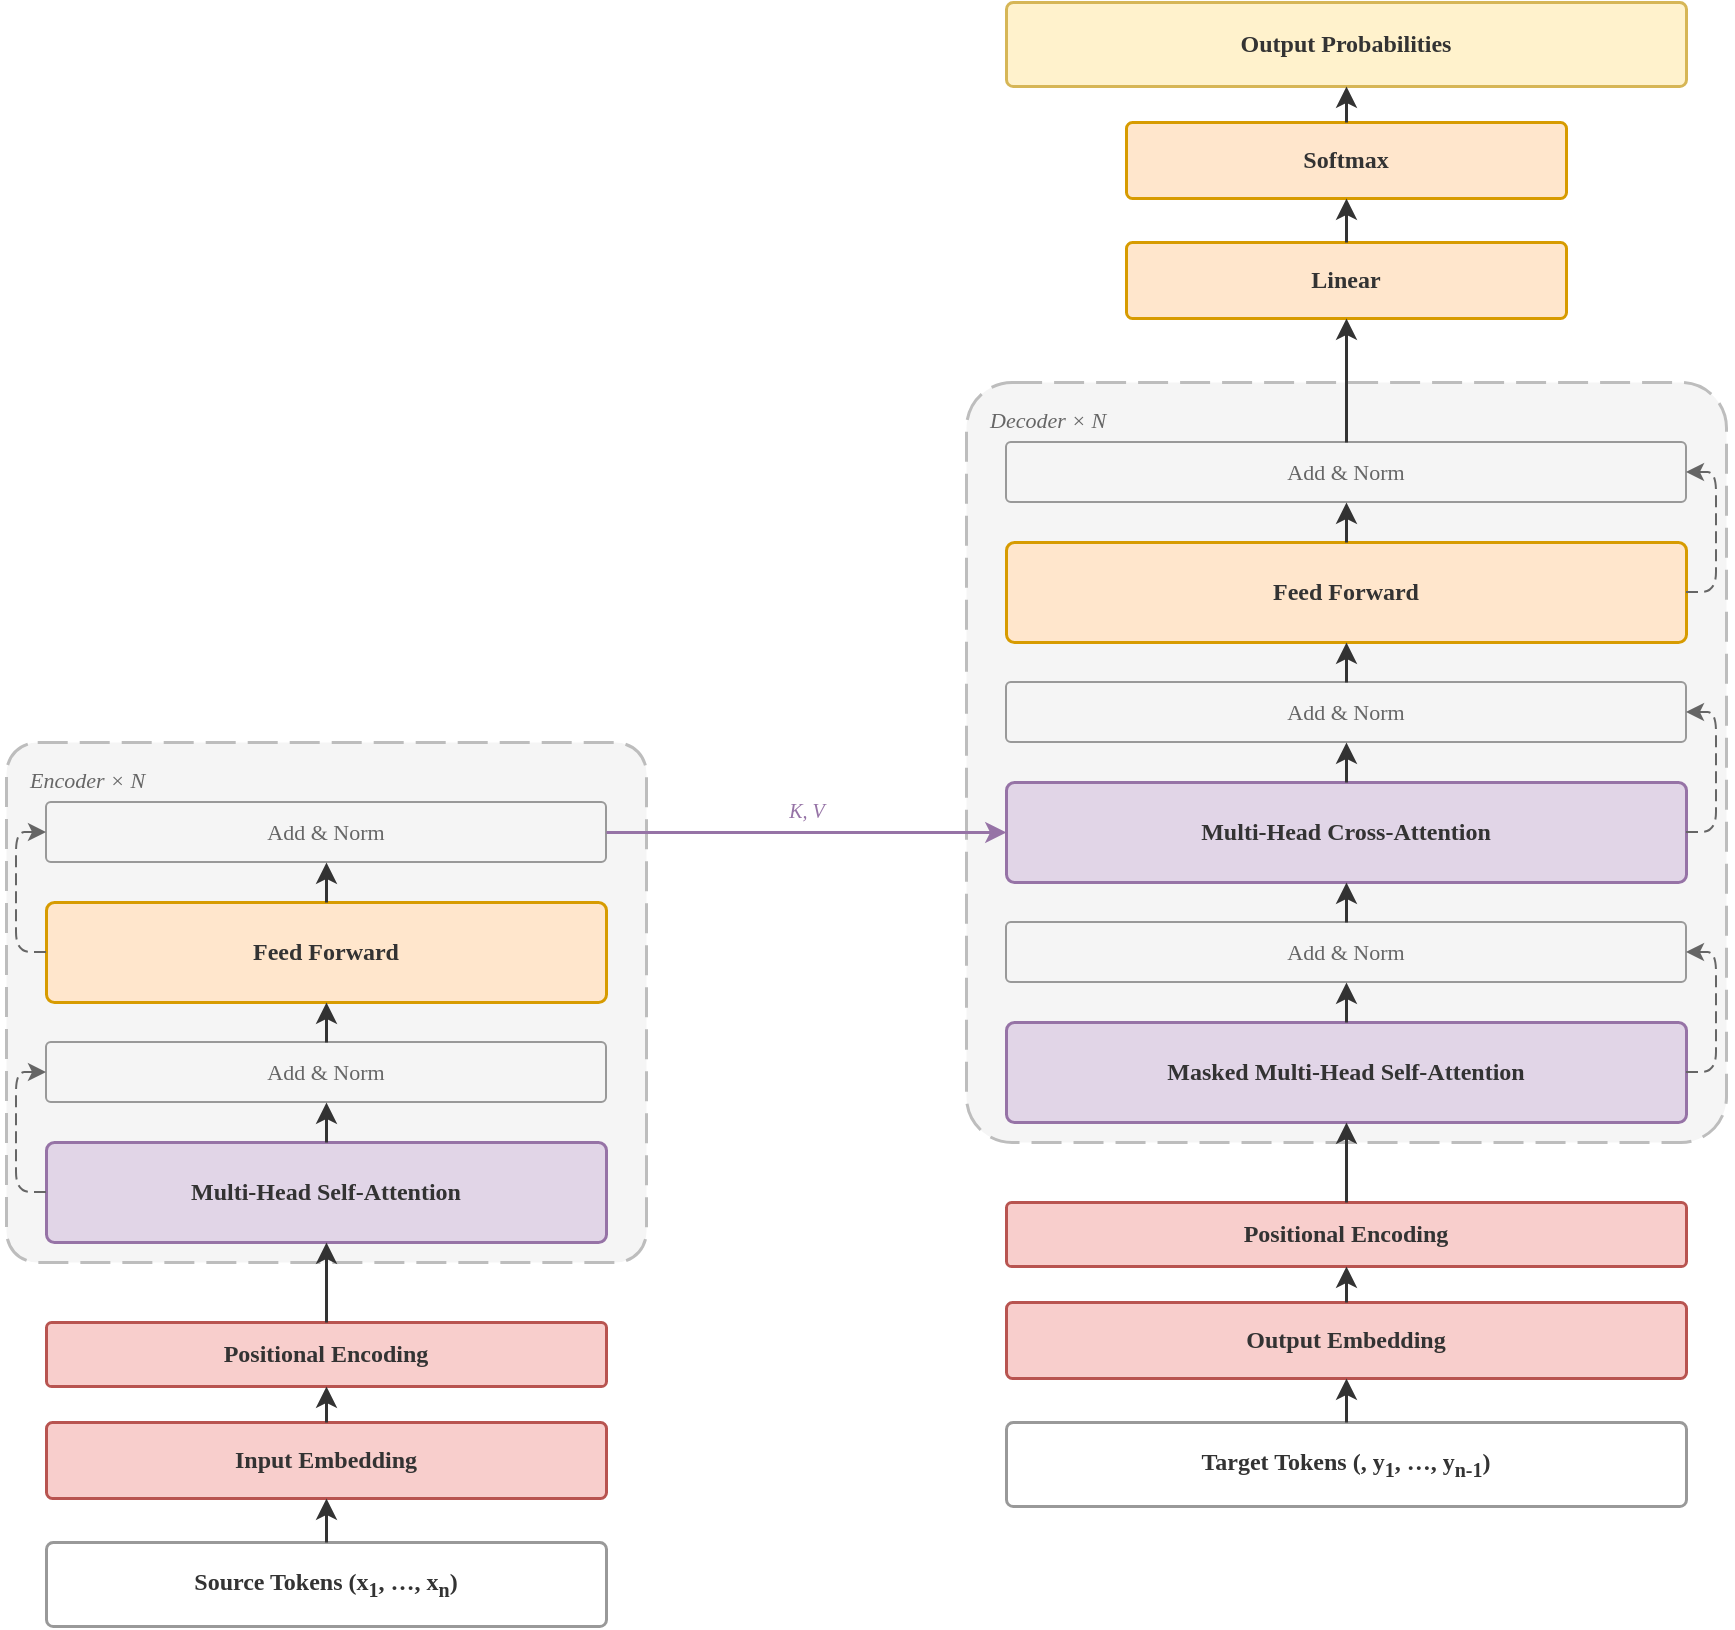
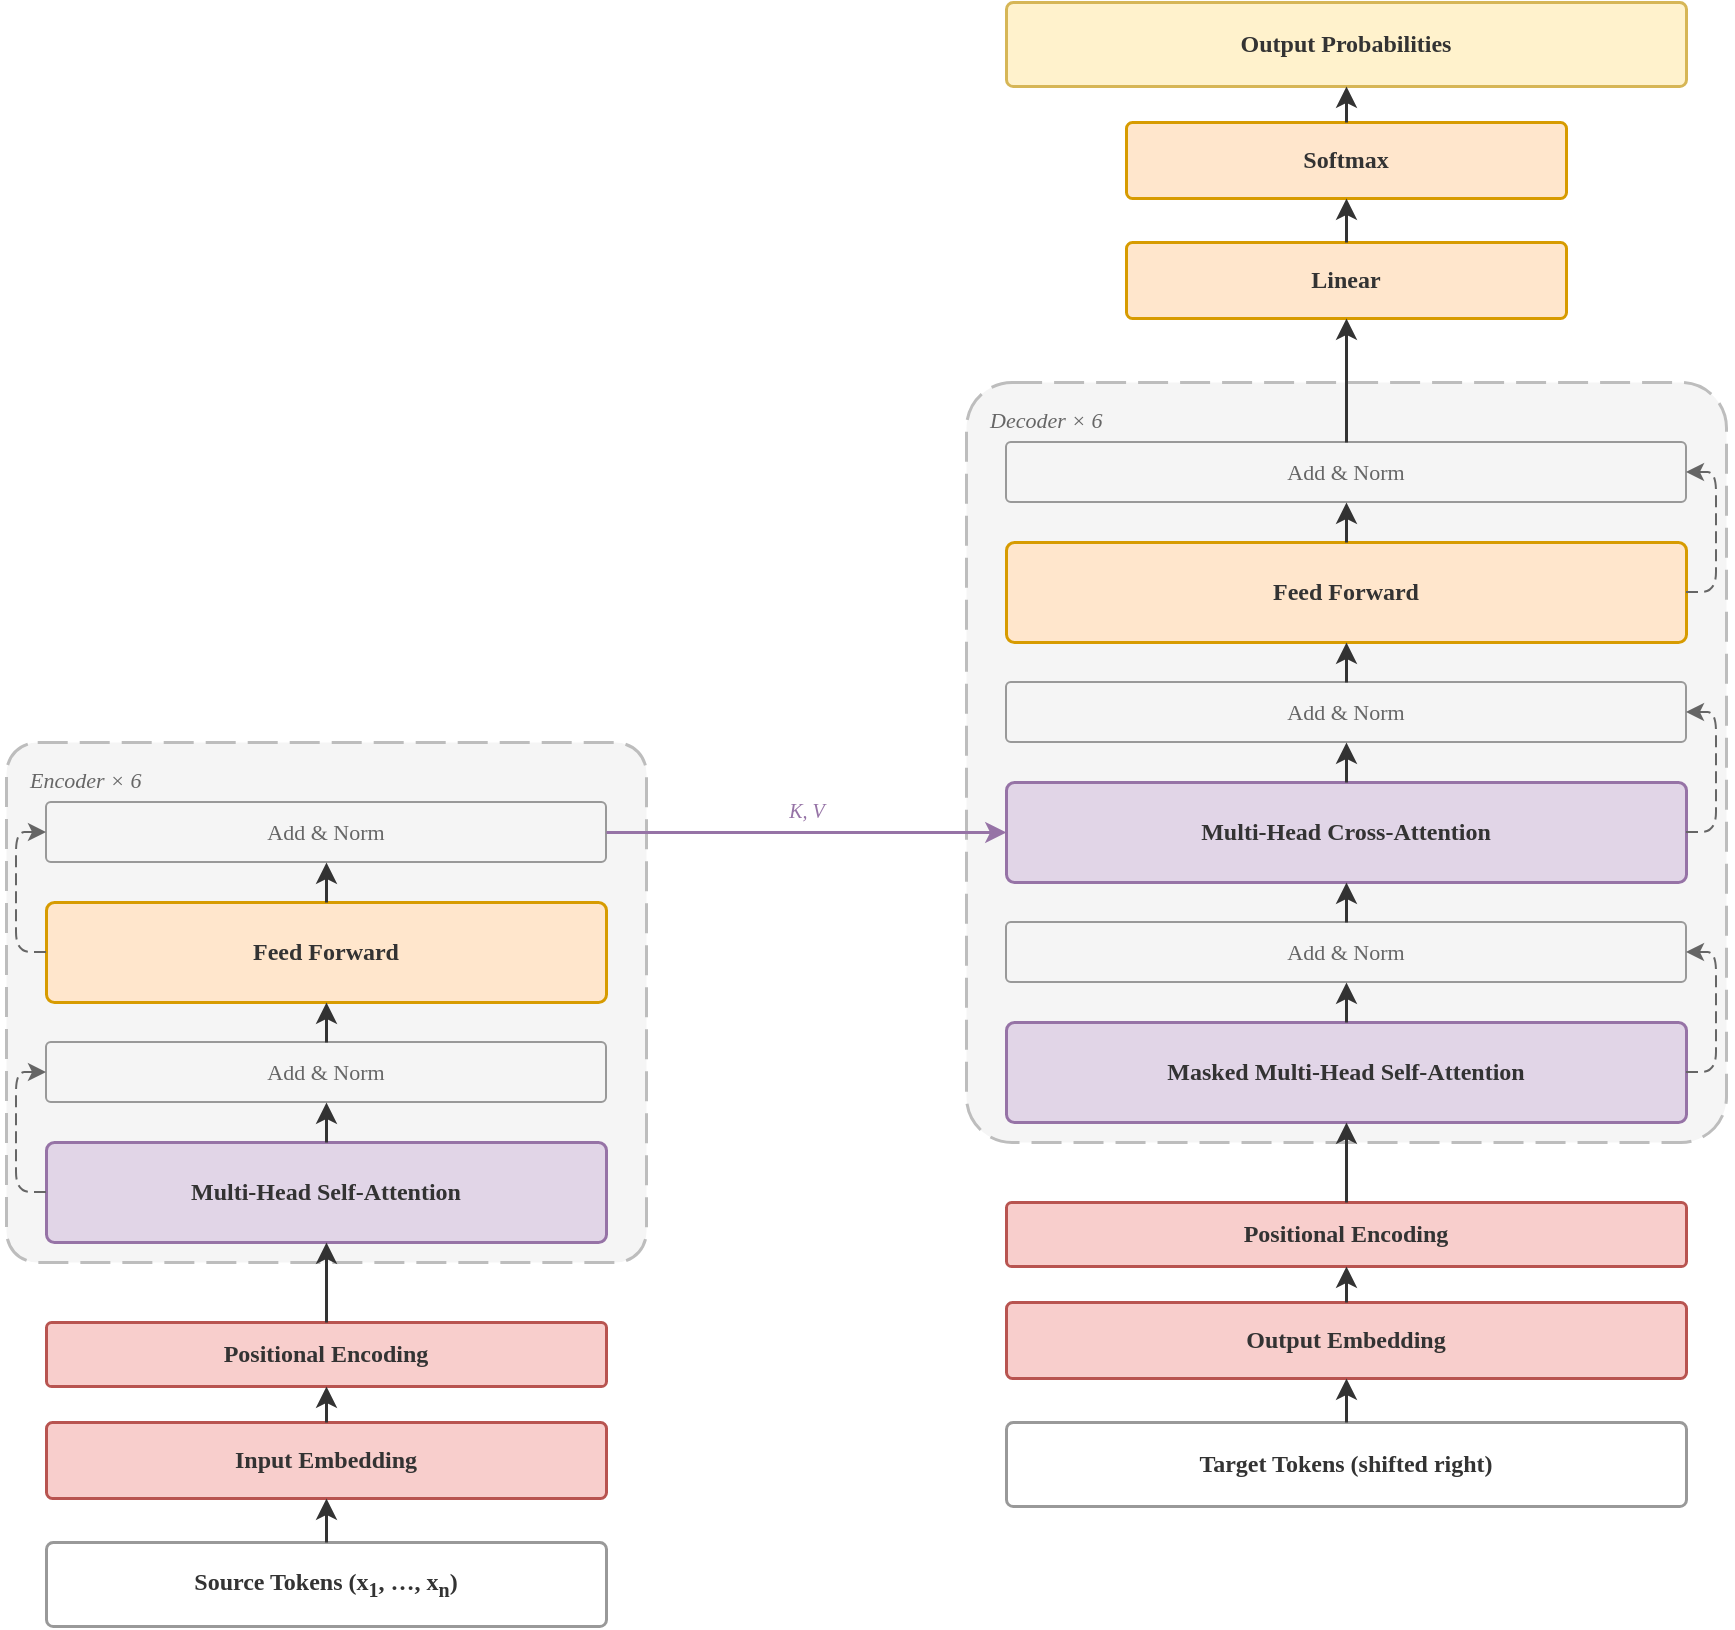
<mxfile host="app.diagrams.net">
  <diagram name="Transformer" id="transformer">
    <mxGraphModel dx="1200" dy="900" grid="1" gridSize="10" guides="1" tooltips="1" connect="1" arrows="1" fold="1" page="1" pageScale="1" pageWidth="920" pageHeight="870" math="0" shadow="0">
      <root>
        <mxCell id="0"/>
        <mxCell id="1" parent="0"/>

        <!-- ===== Output stack (top, no container) ===== -->
        <mxCell id="outp" value="Output Probabilities" style="rounded=1;arcSize=8;whiteSpace=wrap;html=1;fillColor=#FFF2CC;strokeColor=#D6B656;strokeWidth=1.5;fontSize=12;fontFamily=Times New Roman;fontStyle=1;fontColor=#333333;align=center;verticalAlign=middle" vertex="1" parent="1">
          <mxGeometry x="540" y="20" width="340" height="42" as="geometry"/>
        </mxCell>
        <mxCell id="softmax" value="Softmax" style="rounded=1;arcSize=8;whiteSpace=wrap;html=1;fillColor=#FFE6CC;strokeColor=#D79B00;strokeWidth=1.5;fontSize=12;fontFamily=Times New Roman;fontStyle=1;fontColor=#333333;align=center;verticalAlign=middle" vertex="1" parent="1">
          <mxGeometry x="600" y="80" width="220" height="38" as="geometry"/>
        </mxCell>
        <mxCell id="linear" value="Linear" style="rounded=1;arcSize=8;whiteSpace=wrap;html=1;fillColor=#FFE6CC;strokeColor=#D79B00;strokeWidth=1.5;fontSize=12;fontFamily=Times New Roman;fontStyle=1;fontColor=#333333;align=center;verticalAlign=middle" vertex="1" parent="1">
          <mxGeometry x="600" y="140" width="220" height="38" as="geometry"/>
        </mxCell>

        <!-- ===== Decoder section (container y=210..590, label INSIDE top-left) ===== -->
        <mxCell id="dec_sec" value="" style="rounded=1;arcSize=6;fillColor=#F5F5F5;strokeColor=#BDBDBD;strokeWidth=1.5;html=1;dashed=1;dashPattern=10 4" vertex="1" parent="1">
          <mxGeometry x="520" y="210" width="380" height="380" as="geometry"/>
        </mxCell>
-         <mxCell id="dec_lbl" value="Decoder  × N" style="text;html=1;strokeColor=none;fontSize=11;fontFamily=Times New Roman;fontStyle=2;fontColor=#666666;align=left;verticalAlign=top" vertex="1" parent="1">
+         <mxCell id="dec_lbl" value="Decoder × 6" style="text;html=1;strokeColor=none;fontSize=11;fontFamily=Times New Roman;fontStyle=2;fontColor=#666666;align=left;verticalAlign=top" vertex="1" parent="1">
          <mxGeometry x="530" y="216" width="200" height="16" as="geometry"/>
        </mxCell>

+         <!-- Decoder modules: top -> bottom; data flows up (smaller y is later in flow) -->
        <mxCell id="dec_an3" value="Add &amp; Norm" style="rounded=1;arcSize=8;whiteSpace=wrap;html=1;fillColor=#F5F5F5;strokeColor=#999999;strokeWidth=1;fontSize=11;fontFamily=Times New Roman;fontColor=#666666;align=center;verticalAlign=middle" vertex="1" parent="1">
          <mxGeometry x="540" y="240" width="340" height="30" as="geometry"/>
        </mxCell>
        <mxCell id="dec_ff" value="Feed Forward" style="rounded=1;arcSize=8;whiteSpace=wrap;html=1;fillColor=#FFE6CC;strokeColor=#D79B00;strokeWidth=1.5;fontSize=12;fontFamily=Times New Roman;fontStyle=1;fontColor=#333333;align=center;verticalAlign=middle" vertex="1" parent="1">
          <mxGeometry x="540" y="290" width="340" height="50" as="geometry"/>
        </mxCell>
        <mxCell id="dec_an2" value="Add &amp; Norm" style="rounded=1;arcSize=8;whiteSpace=wrap;html=1;fillColor=#F5F5F5;strokeColor=#999999;strokeWidth=1;fontSize=11;fontFamily=Times New Roman;fontColor=#666666;align=center;verticalAlign=middle" vertex="1" parent="1">
          <mxGeometry x="540" y="360" width="340" height="30" as="geometry"/>
        </mxCell>
        <mxCell id="dec_ca" value="Multi-Head Cross-Attention" style="rounded=1;arcSize=8;whiteSpace=wrap;html=1;fillColor=#E1D5E7;strokeColor=#9673A6;strokeWidth=1.5;fontSize=12;fontFamily=Times New Roman;fontStyle=1;fontColor=#333333;align=center;verticalAlign=middle" vertex="1" parent="1">
          <mxGeometry x="540" y="410" width="340" height="50" as="geometry"/>
        </mxCell>
        <mxCell id="dec_an1" value="Add &amp; Norm" style="rounded=1;arcSize=8;whiteSpace=wrap;html=1;fillColor=#F5F5F5;strokeColor=#999999;strokeWidth=1;fontSize=11;fontFamily=Times New Roman;fontColor=#666666;align=center;verticalAlign=middle" vertex="1" parent="1">
          <mxGeometry x="540" y="480" width="340" height="30" as="geometry"/>
        </mxCell>
        <mxCell id="dec_mmha" value="Masked Multi-Head Self-Attention" style="rounded=1;arcSize=8;whiteSpace=wrap;html=1;fillColor=#E1D5E7;strokeColor=#9673A6;strokeWidth=1.5;fontSize=12;fontFamily=Times New Roman;fontStyle=1;fontColor=#333333;align=center;verticalAlign=middle" vertex="1" parent="1">
          <mxGeometry x="540" y="530" width="340" height="50" as="geometry"/>
        </mxCell>

        <!-- ===== Encoder section (container y=390..650, enc_an2 center y=435 = dec_ca center y=435) ===== -->
        <mxCell id="enc_sec" value="" style="rounded=1;arcSize=6;fillColor=#F5F5F5;strokeColor=#BDBDBD;strokeWidth=1.5;html=1;dashed=1;dashPattern=10 4" vertex="1" parent="1">
          <mxGeometry x="40" y="390" width="320" height="260" as="geometry"/>
        </mxCell>
-         <mxCell id="enc_lbl" value="Encoder  × N" style="text;html=1;strokeColor=none;fontSize=11;fontFamily=Times New Roman;fontStyle=2;fontColor=#666666;align=left;verticalAlign=top" vertex="1" parent="1">
+         <mxCell id="enc_lbl" value="Encoder × 6" style="text;html=1;strokeColor=none;fontSize=11;fontFamily=Times New Roman;fontStyle=2;fontColor=#666666;align=left;verticalAlign=top" vertex="1" parent="1">
          <mxGeometry x="50" y="396" width="200" height="16" as="geometry"/>
        </mxCell>

        <mxCell id="enc_an2" value="Add &amp; Norm" style="rounded=1;arcSize=8;whiteSpace=wrap;html=1;fillColor=#F5F5F5;strokeColor=#999999;strokeWidth=1;fontSize=11;fontFamily=Times New Roman;fontColor=#666666;align=center;verticalAlign=middle" vertex="1" parent="1">
          <mxGeometry x="60" y="420" width="280" height="30" as="geometry"/>
        </mxCell>
        <mxCell id="enc_ff" value="Feed Forward" style="rounded=1;arcSize=8;whiteSpace=wrap;html=1;fillColor=#FFE6CC;strokeColor=#D79B00;strokeWidth=1.5;fontSize=12;fontFamily=Times New Roman;fontStyle=1;fontColor=#333333;align=center;verticalAlign=middle" vertex="1" parent="1">
          <mxGeometry x="60" y="470" width="280" height="50" as="geometry"/>
        </mxCell>
        <mxCell id="enc_an1" value="Add &amp; Norm" style="rounded=1;arcSize=8;whiteSpace=wrap;html=1;fillColor=#F5F5F5;strokeColor=#999999;strokeWidth=1;fontSize=11;fontFamily=Times New Roman;fontColor=#666666;align=center;verticalAlign=middle" vertex="1" parent="1">
          <mxGeometry x="60" y="540" width="280" height="30" as="geometry"/>
        </mxCell>
        <mxCell id="enc_mha" value="Multi-Head Self-Attention" style="rounded=1;arcSize=8;whiteSpace=wrap;html=1;fillColor=#E1D5E7;strokeColor=#9673A6;strokeWidth=1.5;fontSize=12;fontFamily=Times New Roman;fontStyle=1;fontColor=#333333;align=center;verticalAlign=middle" vertex="1" parent="1">
          <mxGeometry x="60" y="590" width="280" height="50" as="geometry"/>
        </mxCell>

-         <!-- ===== Source input (no container, BELOW encoder, ≥30px gap) ===== -->
+         <!-- ===== Source input (no container, BELOW encoder, >=30px gap) ===== -->
        <mxCell id="src_pos" value="Positional Encoding" style="rounded=1;arcSize=8;whiteSpace=wrap;html=1;fillColor=#F8CECC;strokeColor=#B85450;strokeWidth=1.5;fontSize=12;fontFamily=Times New Roman;fontStyle=1;fontColor=#333333;align=center;verticalAlign=middle" vertex="1" parent="1">
          <mxGeometry x="60" y="680" width="280" height="32" as="geometry"/>
        </mxCell>
        <mxCell id="src_emb" value="Input Embedding" style="rounded=1;arcSize=8;whiteSpace=wrap;html=1;fillColor=#F8CECC;strokeColor=#B85450;strokeWidth=1.5;fontSize=12;fontFamily=Times New Roman;fontStyle=1;fontColor=#333333;align=center;verticalAlign=middle" vertex="1" parent="1">
          <mxGeometry x="60" y="730" width="280" height="38" as="geometry"/>
        </mxCell>
        <mxCell id="src_tk" value="Source Tokens (x&lt;sub&gt;1&lt;/sub&gt;, …, x&lt;sub&gt;n&lt;/sub&gt;)" style="rounded=1;arcSize=8;whiteSpace=wrap;html=1;fillColor=#FFFFFF;strokeColor=#999999;strokeWidth=1.5;fontSize=12;fontFamily=Times New Roman;fontStyle=1;fontColor=#333333;align=center;verticalAlign=middle" vertex="1" parent="1">
          <mxGeometry x="60" y="790" width="280" height="42" as="geometry"/>
        </mxCell>

-         <!-- ===== Target input (no container, BELOW decoder, ≥30px gap) ===== -->
+         <!-- ===== Target input (no container, BELOW decoder, >=30px gap) ===== -->
        <mxCell id="tgt_pos" value="Positional Encoding" style="rounded=1;arcSize=8;whiteSpace=wrap;html=1;fillColor=#F8CECC;strokeColor=#B85450;strokeWidth=1.5;fontSize=12;fontFamily=Times New Roman;fontStyle=1;fontColor=#333333;align=center;verticalAlign=middle" vertex="1" parent="1">
          <mxGeometry x="540" y="620" width="340" height="32" as="geometry"/>
        </mxCell>
        <mxCell id="tgt_emb" value="Output Embedding" style="rounded=1;arcSize=8;whiteSpace=wrap;html=1;fillColor=#F8CECC;strokeColor=#B85450;strokeWidth=1.5;fontSize=12;fontFamily=Times New Roman;fontStyle=1;fontColor=#333333;align=center;verticalAlign=middle" vertex="1" parent="1">
          <mxGeometry x="540" y="670" width="340" height="38" as="geometry"/>
        </mxCell>
-         <mxCell id="tgt_tk" value="Target Tokens (&lt;sos&gt;, y&lt;sub&gt;1&lt;/sub&gt;, …, y&lt;sub&gt;n-1&lt;/sub&gt;)" style="rounded=1;arcSize=8;whiteSpace=wrap;html=1;fillColor=#FFFFFF;strokeColor=#999999;strokeWidth=1.5;fontSize=12;fontFamily=Times New Roman;fontStyle=1;fontColor=#333333;align=center;verticalAlign=middle" vertex="1" parent="1">
+         <mxCell id="tgt_tk" value="Target Tokens (shifted right)" style="rounded=1;arcSize=8;whiteSpace=wrap;html=1;fillColor=#FFFFFF;strokeColor=#999999;strokeWidth=1.5;fontSize=12;fontFamily=Times New Roman;fontStyle=1;fontColor=#333333;align=center;verticalAlign=middle" vertex="1" parent="1">
          <mxGeometry x="540" y="730" width="340" height="42" as="geometry"/>
        </mxCell>

-         <!-- ===== EDGES — every forward edge has source.y > target.y ===== -->
+         <!-- ===== EDGES: every forward edge has source.y > target.y ===== -->
        <mxCell id="e_stk_emb" style="endArrow=classic;html=1;strokeColor=#333333;strokeWidth=1.5" edge="1" parent="1" source="src_tk" target="src_emb"><mxGeometry relative="1" as="geometry"/></mxCell>
        <mxCell id="e_semb_pos" style="endArrow=classic;html=1;strokeColor=#333333;strokeWidth=1.5" edge="1" parent="1" source="src_emb" target="src_pos"><mxGeometry relative="1" as="geometry"/></mxCell>
        <mxCell id="e_spos_enc" style="endArrow=classic;html=1;strokeColor=#333333;strokeWidth=1.5" edge="1" parent="1" source="src_pos" target="enc_mha"><mxGeometry relative="1" as="geometry"/></mxCell>
        <mxCell id="e_emha_an1" style="endArrow=classic;html=1;strokeColor=#333333;strokeWidth=1.5" edge="1" parent="1" source="enc_mha" target="enc_an1"><mxGeometry relative="1" as="geometry"/></mxCell>
        <mxCell id="e_ean1_ff" style="endArrow=classic;html=1;strokeColor=#333333;strokeWidth=1.5" edge="1" parent="1" source="enc_an1" target="enc_ff"><mxGeometry relative="1" as="geometry"/></mxCell>
        <mxCell id="e_eff_an2" style="endArrow=classic;html=1;strokeColor=#333333;strokeWidth=1.5" edge="1" parent="1" source="enc_ff" target="enc_an2"><mxGeometry relative="1" as="geometry"/></mxCell>
+         <!-- K,V cross-attention: enc_an2 center y=435 = dec_ca center y=435, straight horizontal -->
        <mxCell id="e_kv" style="endArrow=classic;html=1;strokeColor=#9673A6;strokeWidth=1.5;exitX=1;exitY=0.5;entryX=0;entryY=0.5" edge="1" parent="1" source="enc_an2" target="dec_ca"><mxGeometry relative="1" as="geometry"/></mxCell>
        <mxCell id="kv_lbl" value="K, V" style="text;html=1;fontSize=10;fontFamily=Times New Roman;fontColor=#9673A6;fontStyle=2;align=center" vertex="1" parent="1">
          <mxGeometry x="420" y="412" width="40" height="16" as="geometry"/>
        </mxCell>
        <mxCell id="e_ttk_emb" style="endArrow=classic;html=1;strokeColor=#333333;strokeWidth=1.5" edge="1" parent="1" source="tgt_tk" target="tgt_emb"><mxGeometry relative="1" as="geometry"/></mxCell>
        <mxCell id="e_temb_pos" style="endArrow=classic;html=1;strokeColor=#333333;strokeWidth=1.5" edge="1" parent="1" source="tgt_emb" target="tgt_pos"><mxGeometry relative="1" as="geometry"/></mxCell>
        <mxCell id="e_tpos_dec" style="endArrow=classic;html=1;strokeColor=#333333;strokeWidth=1.5" edge="1" parent="1" source="tgt_pos" target="dec_mmha"><mxGeometry relative="1" as="geometry"/></mxCell>
        <mxCell id="e_dmha_an1" style="endArrow=classic;html=1;strokeColor=#333333;strokeWidth=1.5" edge="1" parent="1" source="dec_mmha" target="dec_an1"><mxGeometry relative="1" as="geometry"/></mxCell>
        <mxCell id="e_dan1_ca" style="endArrow=classic;html=1;strokeColor=#333333;strokeWidth=1.5" edge="1" parent="1" source="dec_an1" target="dec_ca"><mxGeometry relative="1" as="geometry"/></mxCell>
        <mxCell id="e_dca_an2" style="endArrow=classic;html=1;strokeColor=#333333;strokeWidth=1.5" edge="1" parent="1" source="dec_ca" target="dec_an2"><mxGeometry relative="1" as="geometry"/></mxCell>
        <mxCell id="e_dan2_ff" style="endArrow=classic;html=1;strokeColor=#333333;strokeWidth=1.5" edge="1" parent="1" source="dec_an2" target="dec_ff"><mxGeometry relative="1" as="geometry"/></mxCell>
        <mxCell id="e_dff_an3" style="endArrow=classic;html=1;strokeColor=#333333;strokeWidth=1.5" edge="1" parent="1" source="dec_ff" target="dec_an3"><mxGeometry relative="1" as="geometry"/></mxCell>
        <mxCell id="e_dec_lin" style="endArrow=classic;html=1;strokeColor=#333333;strokeWidth=1.5" edge="1" parent="1" source="dec_an3" target="linear"><mxGeometry relative="1" as="geometry"/></mxCell>
        <mxCell id="e_lin_sm" style="endArrow=classic;html=1;strokeColor=#333333;strokeWidth=1.5" edge="1" parent="1" source="linear" target="softmax"><mxGeometry relative="1" as="geometry"/></mxCell>
        <mxCell id="e_sm_outp" style="endArrow=classic;html=1;strokeColor=#333333;strokeWidth=1.5" edge="1" parent="1" source="softmax" target="outp"><mxGeometry relative="1" as="geometry"/></mxCell>

        <!-- Encoder residuals (left side, dashed thin, x=45 inside enc_sec) -->
        <mxCell id="e_ers1" style="endArrow=classic;html=1;dashed=1;dashPattern=6 3;strokeColor=#666666;strokeWidth=1;exitX=0;exitY=0.5;entryX=0;entryY=0.5" edge="1" parent="1" source="enc_mha" target="enc_an1">
          <mxGeometry relative="1" as="geometry"><Array as="points"><mxPoint x="45" y="615"/><mxPoint x="45" y="555"/></Array></mxGeometry>
        </mxCell>
        <mxCell id="e_ers2" style="endArrow=classic;html=1;dashed=1;dashPattern=6 3;strokeColor=#666666;strokeWidth=1;exitX=0;exitY=0.5;entryX=0;entryY=0.5" edge="1" parent="1" source="enc_ff" target="enc_an2">
          <mxGeometry relative="1" as="geometry"><Array as="points"><mxPoint x="45" y="495"/><mxPoint x="45" y="435"/></Array></mxGeometry>
        </mxCell>

        <!-- Decoder residuals (right side, dashed thin, x=895 inside dec_sec) -->
        <mxCell id="e_drs1" style="endArrow=classic;html=1;dashed=1;dashPattern=6 3;strokeColor=#666666;strokeWidth=1;exitX=1;exitY=0.5;entryX=1;entryY=0.5" edge="1" parent="1" source="dec_mmha" target="dec_an1">
          <mxGeometry relative="1" as="geometry"><Array as="points"><mxPoint x="895" y="555"/><mxPoint x="895" y="495"/></Array></mxGeometry>
        </mxCell>
        <mxCell id="e_drs2" style="endArrow=classic;html=1;dashed=1;dashPattern=6 3;strokeColor=#666666;strokeWidth=1;exitX=1;exitY=0.5;entryX=1;entryY=0.5" edge="1" parent="1" source="dec_ca" target="dec_an2">
          <mxGeometry relative="1" as="geometry"><Array as="points"><mxPoint x="895" y="435"/><mxPoint x="895" y="375"/></Array></mxGeometry>
        </mxCell>
        <mxCell id="e_drs3" style="endArrow=classic;html=1;dashed=1;dashPattern=6 3;strokeColor=#666666;strokeWidth=1;exitX=1;exitY=0.5;entryX=1;entryY=0.5" edge="1" parent="1" source="dec_ff" target="dec_an3">
          <mxGeometry relative="1" as="geometry"><Array as="points"><mxPoint x="895" y="315"/><mxPoint x="895" y="255"/></Array></mxGeometry>
        </mxCell>

      </root>
    </mxGraphModel>
  </diagram>
- </mxfile>
+ </mxfile>